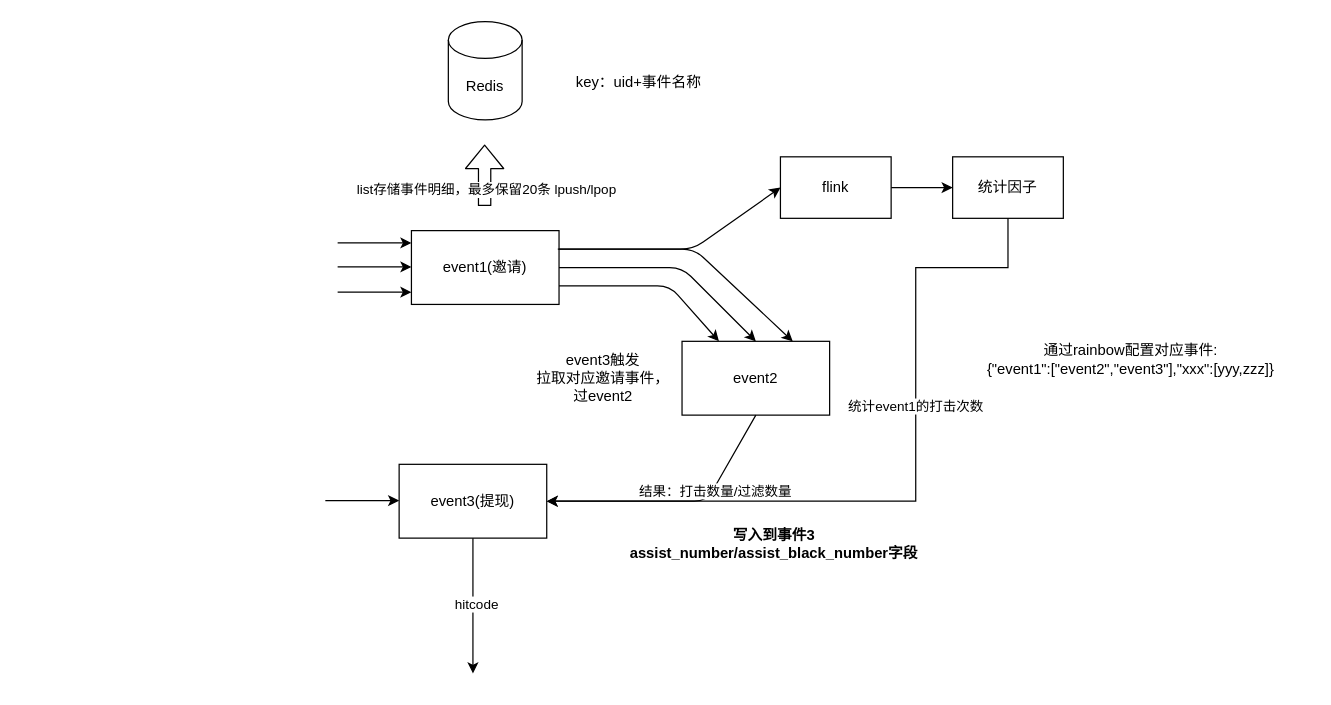
Above: event_3.drawio in learn2Pro/draw_io_save (draw.io), before the change. Source tidied: cells renumbered, new cells numbered last; positions are measured from the earlier drawing's top-left corner, leaving out a move shared by most shapes. Both pictures are drawn from the tidied source at 123%, with x=0, y=0 at pixel (325, 21).
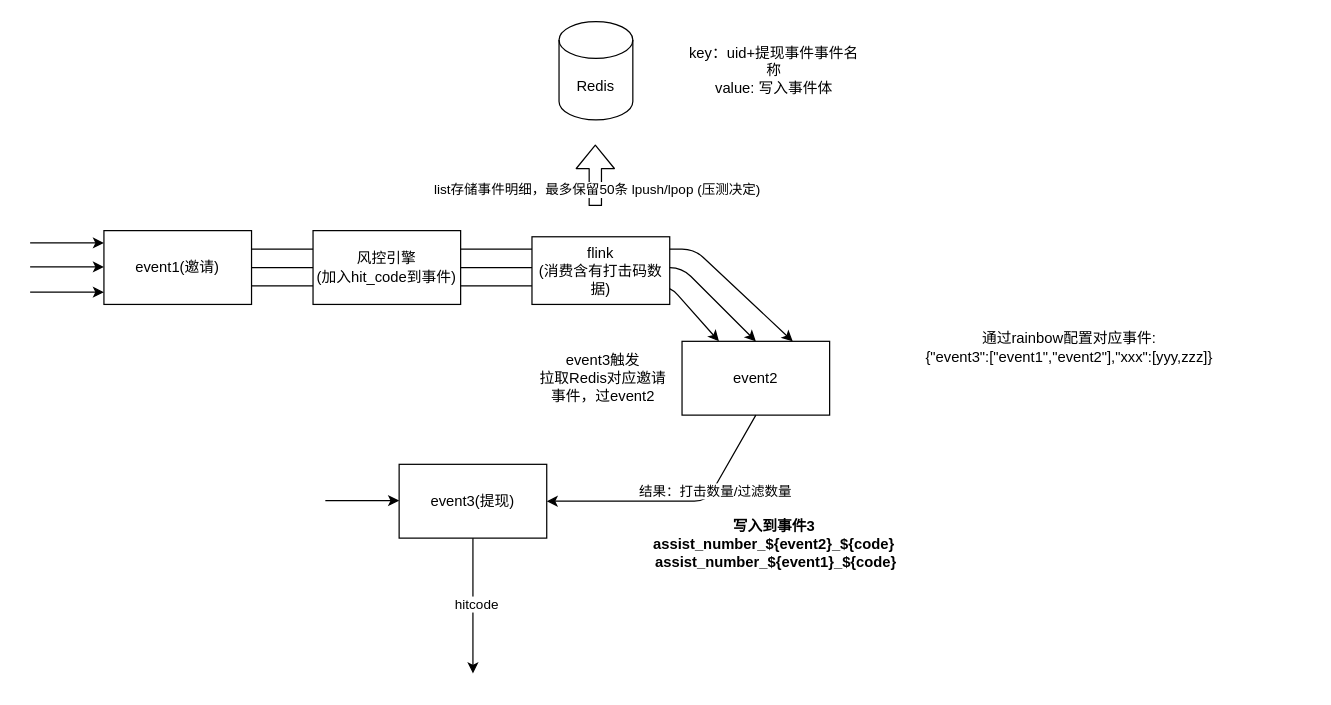
The same diagram, later.

The change refers to these unchanged cells:
```xml
<mxCell id="3" value="event3(提现)" style="rounded=0;whiteSpace=wrap;html=1;" parent="1" vertex="1">
  <mxGeometry x="60" y="360" width="120" height="60" as="geometry" />
</mxCell>
```

The edit, as a diff of the source:
```diff
@@
     <mxCell id="2" value="event1(邀请)" style="rounded=0;whiteSpace=wrap;html=1;" parent="1" vertex="1">
-      <mxGeometry x="70" y="170" width="120" height="60" as="geometry" />
+      <mxGeometry x="-180" y="170" width="120" height="60" as="geometry" />
     </mxCell>
@@
     <mxCell id="5" style="endArrow=classic;html=1;" parent="1" edge="1">
       <mxGeometry relative="1" as="geometry">
-        <mxPoint x="10" y="180" as="sourcePoint" />
-        <mxPoint x="70" y="180" as="targetPoint" />
+        <mxPoint x="-240" y="180" as="sourcePoint" />
+        <mxPoint x="-180" y="180" as="targetPoint" />
       </mxGeometry>
     </mxCell>
     <mxCell id="6" style="endArrow=classic;html=1;" parent="1" edge="1">
       <mxGeometry relative="1" as="geometry">
-        <mxPoint x="10" y="199.5" as="sourcePoint" />
-        <mxPoint x="70" y="199.5" as="targetPoint" />
+        <mxPoint x="-240" y="199.5" as="sourcePoint" />
+        <mxPoint x="-180" y="199.5" as="targetPoint" />
       </mxGeometry>
     </mxCell>
     <mxCell id="7" style="endArrow=classic;html=1;" parent="1" edge="1">
       <mxGeometry relative="1" as="geometry">
-        <mxPoint x="10" y="220" as="sourcePoint" />
-        <mxPoint x="70" y="220" as="targetPoint" />
+        <mxPoint x="-240" y="220" as="sourcePoint" />
+        <mxPoint x="-180" y="220" as="targetPoint" />
       </mxGeometry>
     </mxCell>
@@
     <mxCell id="16" value="Redis" style="shape=cylinder3;whiteSpace=wrap;html=1;boundedLbl=1;backgroundOutline=1;size=15;" parent="1" vertex="1">
-      <mxGeometry x="100" width="60" height="80" as="geometry" />
+      <mxGeometry x="190" width="60" height="80" as="geometry" />
     </mxCell>
     <mxCell id="17" style="shape=flexArrow;endArrow=classic;html=1;" parent="1" edge="1">
       <mxGeometry relative="1" as="geometry">
-        <mxPoint x="129.5" y="150" as="sourcePoint" />
-        <mxPoint x="129.5" y="100" as="targetPoint" />
+        <mxPoint x="219.5" y="150" as="sourcePoint" />
+        <mxPoint x="219.5" y="100" as="targetPoint" />
       </mxGeometry>
     </mxCell>
-    <mxCell id="18" value="list存储事件明细，最多保留20条 lpush/lpop" style="edgeLabel;html=1;align=center;verticalAlign=middle;" parent="17" vertex="1">
+    <mxCell id="18" value="list存储事件明细，最多保留50条 lpush/lpop (压测决定)" style="edgeLabel;html=1;align=center;verticalAlign=middle;" parent="17" vertex="1">
       <mxGeometry x="-0.44" relative="1" as="geometry">
         <mxPoint x="1" as="offset" />
       </mxGeometry>
     </mxCell>
-    <mxCell id="19" value="key：uid+事件名称" style="text;html=1;strokeColor=none;fillColor=none;align=center;verticalAlign=middle;whiteSpace=wrap;rounded=0;" parent="1" vertex="1">
-      <mxGeometry x="180" y="40" width="150" height="20" as="geometry" />
+    <mxCell id="19" value="key：uid+提现事件事件名称&lt;br&gt;value: 写入事件体" style="text;html=1;strokeColor=none;fillColor=none;align=center;verticalAlign=middle;whiteSpace=wrap;rounded=0;" parent="1" vertex="1">
+      <mxGeometry x="290" y="10" width="150" height="60" as="geometry" />
     </mxCell>
-    <mxCell id="20" value="&lt;b&gt;写入到事件3 assist_number/assist_black_number字段&lt;/b&gt;" style="text;html=1;strokeColor=none;fillColor=none;align=center;verticalAlign=middle;whiteSpace=wrap;rounded=0;" parent="1" vertex="1">
+    <mxCell id="20" value="&lt;b&gt;写入到事件3 assist_number_${event2}_${code}&lt;br&gt;&lt;/b&gt;&lt;b&gt;&amp;nbsp;assist_number_${event1}_${code}&lt;/b&gt;&lt;b&gt;&lt;br&gt;&lt;/b&gt;" style="text;html=1;strokeColor=none;fillColor=none;align=center;verticalAlign=middle;whiteSpace=wrap;rounded=0;" parent="1" vertex="1">
       <mxGeometry x="240" y="400" width="250" height="50" as="geometry" />
     </mxCell>
-    <mxCell id="21" value="event3触发&lt;br&gt;拉取对应邀请事件，过event2" style="text;html=1;strokeColor=none;fillColor=none;align=center;verticalAlign=middle;whiteSpace=wrap;rounded=0;" parent="1" vertex="1">
+    <mxCell id="21" value="event3触发&lt;br&gt;拉取Redis对应邀请事件，过event2" style="text;html=1;strokeColor=none;fillColor=none;align=center;verticalAlign=middle;whiteSpace=wrap;rounded=0;" parent="1" vertex="1">
       <mxGeometry x="168" y="260" width="116" height="60" as="geometry" />
     </mxCell>
-    <mxCell id="22" value="通过rainbow配置对应事件:&lt;br&gt;{&quot;event1&quot;:[&quot;event2&quot;,&quot;event3&quot;],&quot;xxx&quot;:[yyy,zzz]}" style="text;html=1;strokeColor=none;fillColor=none;align=center;verticalAlign=middle;whiteSpace=wrap;rounded=0;" parent="1" vertex="1">
-      <mxGeometry x="510" y="140" width="290" height="270" as="geometry" />
+    <mxCell id="22" value="通过rainbow配置对应事件:&lt;br&gt;{&quot;event3&quot;:[&quot;event1&quot;,&quot;event2&quot;],&quot;xxx&quot;:[yyy,zzz]}" style="text;html=1;strokeColor=none;fillColor=none;align=center;verticalAlign=middle;whiteSpace=wrap;rounded=0;" parent="1" vertex="1">
+      <mxGeometry x="460" y="130" width="290" height="270" as="geometry" />
     </mxCell>
-    <mxCell id="23" style="endArrow=classic;html=1;exitX=1;exitY=0.25;exitDx=0;exitDy=0;entryX=0;entryY=0.5;entryDx=0;entryDy=0;" parent="1" edge="1" target="25">
-      <mxGeometry relative="1" as="geometry">
-        <mxPoint x="189" y="185" as="sourcePoint" />
-        <Array as="points">
-          <mxPoint x="299" y="185" />
-        </Array>
-      </mxGeometry>
-    </mxCell>
-    <mxCell id="24" style="edgeStyle=orthogonalEdgeStyle;rounded=0;jettySize=auto;html=1;" parent="1" edge="1" source="25" target="26">
-      <mxGeometry relative="1" as="geometry" />
-    </mxCell>
-    <mxCell id="25" value="flink" style="rounded=0;whiteSpace=wrap;html=1;" parent="1" vertex="1">
-      <mxGeometry x="370" y="110" width="90" height="50" as="geometry" />
-    </mxCell>
-    <mxCell id="26" value="统计因子" style="rounded=0;whiteSpace=wrap;html=1;" parent="1" vertex="1">
-      <mxGeometry x="510" y="110" width="90" height="50" as="geometry" />
-    </mxCell>
-    <mxCell id="27" style="edgeStyle=orthogonalEdgeStyle;rounded=0;jettySize=auto;html=1;entryX=1;entryY=0.5;entryDx=0;entryDy=0;exitX=0.5;exitY=1;exitDx=0;exitDy=0;" parent="1" edge="1" source="26" target="3">
-      <mxGeometry relative="1" as="geometry">
-        <Array as="points">
-          <mxPoint x="555" y="200" />
-          <mxPoint x="480" y="200" />
-          <mxPoint x="480" y="390" />
-        </Array>
-      </mxGeometry>
-    </mxCell>
-    <mxCell id="28" value="统计event1的打击次数" style="edgeLabel;html=1;align=center;verticalAlign=middle;" parent="27" vertex="1">
-      <mxGeometry x="-0.25" y="-1" relative="1" as="geometry" />
-    </mxCell>
+    <mxCell id="29" value="风控引擎&lt;br&gt;(加入hit_code到事件)" style="rounded=0;whiteSpace=wrap;html=1;" parent="1" vertex="1">
+      <mxGeometry x="-10" y="170" width="120" height="60" as="geometry" />
+    </mxCell>
+    <mxCell id="30" value="flink&lt;br&gt;(消费含有打击码数据)" style="rounded=0;whiteSpace=wrap;html=1;" parent="1" vertex="1">
+      <mxGeometry x="168" y="175" width="112" height="55" as="geometry" />
+    </mxCell>
```
